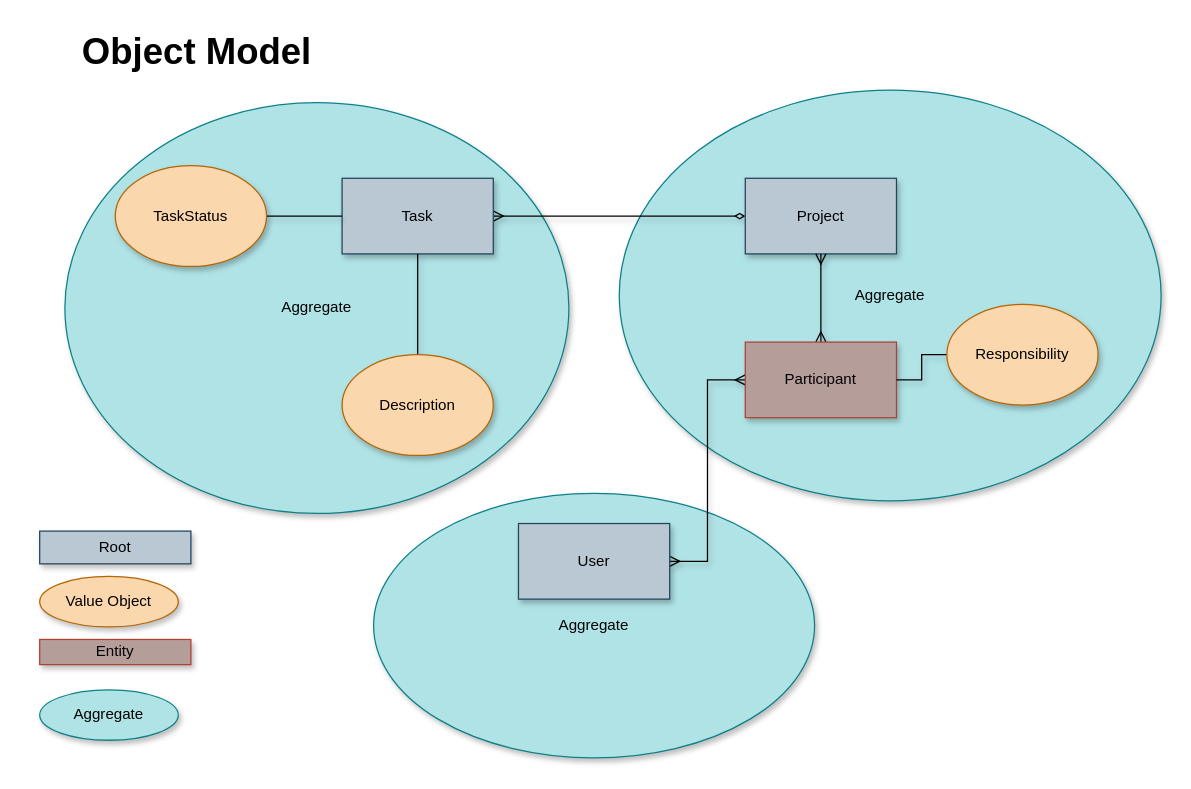
Earlier version of the draw.io diagram page "Page-1" (6 of 6) of docs/TodoAgility.drawio (roadtoagility/appfabric). Source tidied: cells renumbered, new cells numbered last; positions are measured from the earlier drawing's top-left corner, leaving out a move shared by most shapes. Both pictures are drawn from the tidied source at 126%, with x=0, y=0 at pixel (26, 26).
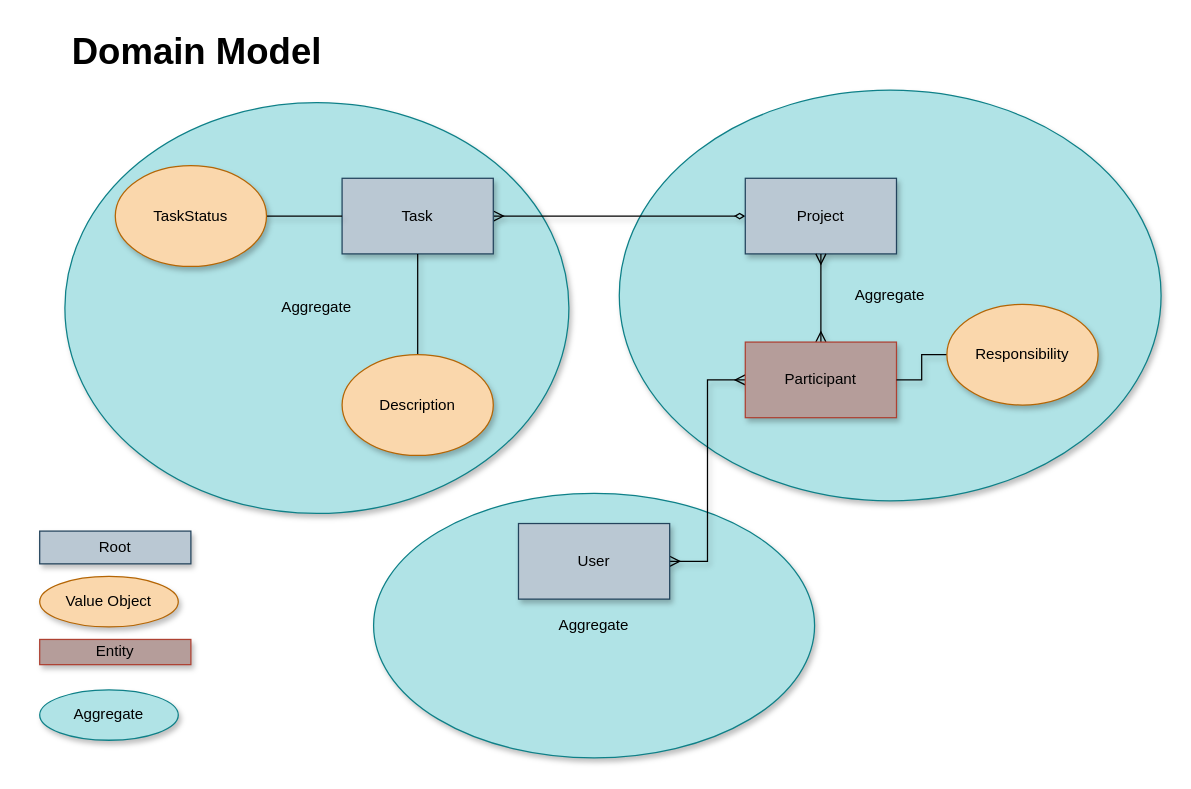
The same diagram, later.

What changed in the source:
```diff
@@
-    <mxCell id="22" value="&lt;font style=&quot;font-size: 29px&quot;&gt;&lt;b&gt;Object Model&lt;/b&gt;&lt;/font&gt;" style="text;html=1;strokeColor=none;fillColor=none;align=center;verticalAlign=middle;whiteSpace=wrap;rounded=0;shadow=1;strokeWidth=7;" parent="1" vertex="1">
+    <mxCell id="22" value="&lt;font style=&quot;font-size: 29px&quot;&gt;&lt;b&gt;Domain Model&lt;/b&gt;&lt;/font&gt;" style="text;html=1;strokeColor=none;fillColor=none;align=center;verticalAlign=middle;whiteSpace=wrap;rounded=0;shadow=1;strokeWidth=7;" parent="1" vertex="1">
       <mxGeometry width="270" height="40" as="geometry" />
     </mxCell>
```
